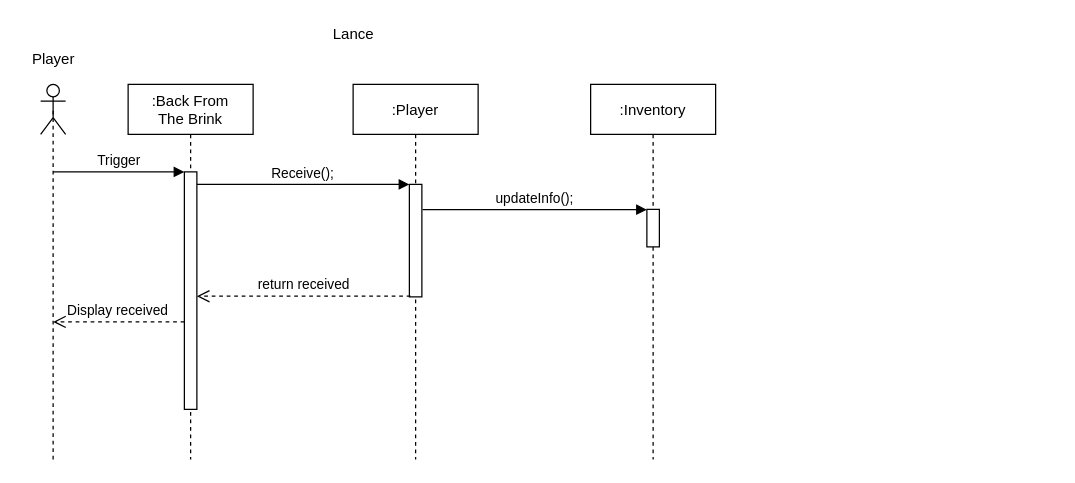
cmcgarry5/csc2058-2021-g25 keeps this draw.io diagram as Documentation/Sequence Diagrams/Update Player Information SD (draft).drawio. Above is the earlier version. Source tidied: cells renumbered, new cells numbered last; positions are measured from the earlier drawing's top-left corner, leaving out a move shared by most shapes. Both pictures are drawn from the tidied source at 125%, with x=0, y=0 at pixel (21, 21).
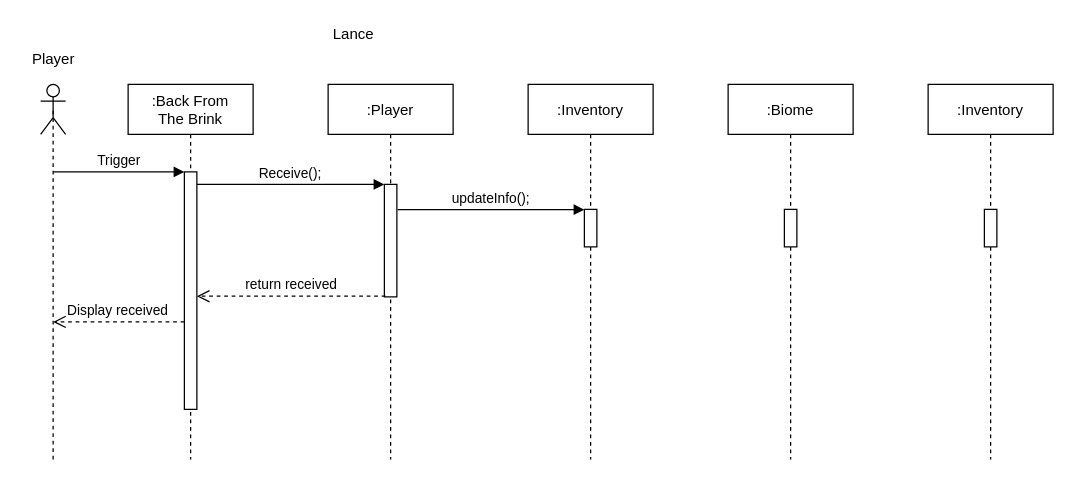
After the change.

What changed in the source:
```diff
@@
     <mxCell id="4" value=":Player" style="shape=umlLifeline;perimeter=lifelinePerimeter;rounded=0;shadow=0;strokeWidth=1;" parent="1" vertex="1">
-      <mxGeometry x="265" y="50" width="100" height="300" as="geometry" />
+      <mxGeometry x="245" y="50" width="100" height="300" as="geometry" />
     </mxCell>
@@
     <mxCell id="10" value=":Inventory" style="shape=umlLifeline;perimeter=lifelinePerimeter;rounded=0;shadow=0;strokeWidth=1;" parent="1" vertex="1">
-      <mxGeometry x="455" y="50" width="100" height="300" as="geometry" />
+      <mxGeometry x="405" y="50" width="100" height="300" as="geometry" />
     </mxCell>
@@
+    <mxCell id="17" value=":Biome" style="shape=umlLifeline;perimeter=lifelinePerimeter;rounded=0;shadow=0;strokeWidth=1;" parent="1" vertex="1">
+      <mxGeometry x="565" y="50" width="100" height="300" as="geometry" />
+    </mxCell>
+    <mxCell id="18" style="perimeter=orthogonalPerimeter;rounded=0;shadow=0;strokeWidth=1;" parent="17" vertex="1">
+      <mxGeometry x="45" y="100" width="10" height="30" as="geometry" />
+    </mxCell>
+    <mxCell id="19" value=":Inventory" style="shape=umlLifeline;perimeter=lifelinePerimeter;rounded=0;shadow=0;strokeWidth=1;" parent="1" vertex="1">
+      <mxGeometry x="725" y="50" width="100" height="300" as="geometry" />
+    </mxCell>
+    <mxCell id="20" style="perimeter=orthogonalPerimeter;rounded=0;shadow=0;strokeWidth=1;" parent="19" vertex="1">
+      <mxGeometry x="45" y="100" width="10" height="30" as="geometry" />
+    </mxCell>
```
